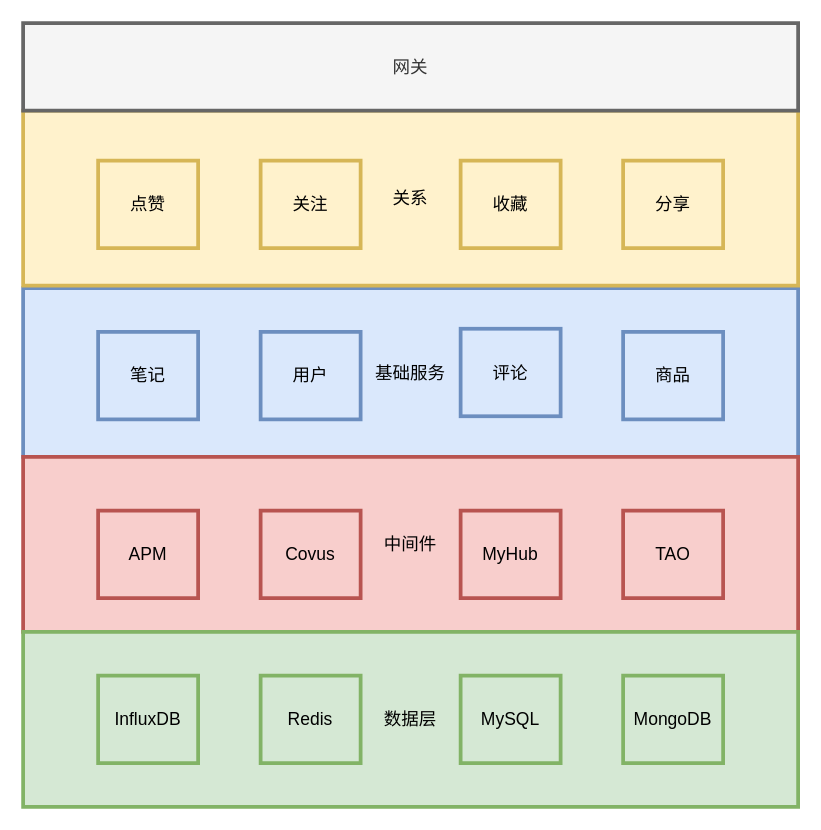
The draw.io diagram comment.drawio in seaHeater/future, before the edit. Source tidied: cells renumbered, new cells numbered last; positions are measured from the earlier drawing's top-left corner, leaving out a move shared by most shapes. Both pictures are drawn from the tidied source at 125%, with x=0, y=0 at pixel (22, 22).
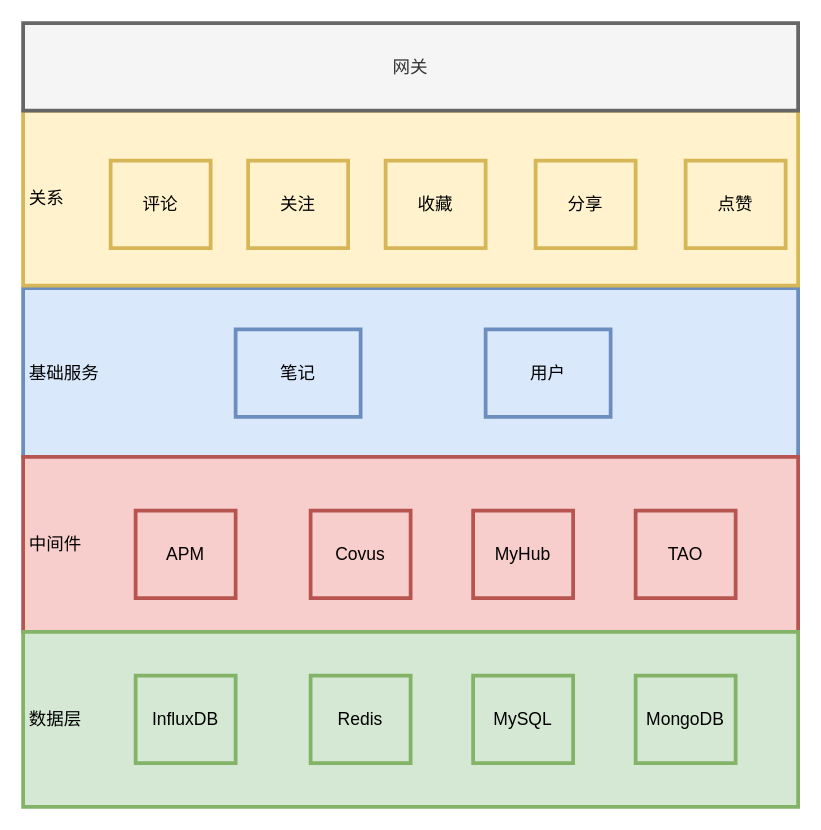
The same page after the edit.

The edit, as a diff of the source:
```diff
@@
-    <mxCell id="2" value="基础服务" style="rounded=0;whiteSpace=wrap;html=1;shadow=0;labelBackgroundColor=none;strokeColor=#6c8ebf;strokeWidth=3;fillColor=#dae8fc;fontFamily=Helvetica;fontSize=14;align=center;spacing=5;fontStyle=0;arcSize=7;perimeterSpacing=2;" parent="1" vertex="1">
+    <mxCell id="2" value="&lt;div align=&quot;left&quot;&gt;基础服务&lt;/div&gt;" style="rounded=0;whiteSpace=wrap;html=1;shadow=0;labelBackgroundColor=none;strokeColor=#6c8ebf;strokeWidth=3;fillColor=#dae8fc;fontFamily=Helvetica;fontSize=14;align=left;spacing=5;fontStyle=0;arcSize=7;perimeterSpacing=2;" parent="1" vertex="1">
       <mxGeometry y="212" width="620" height="135" as="geometry" />
     </mxCell>
-    <mxCell id="3" value="关系" style="rounded=0;whiteSpace=wrap;html=1;shadow=0;labelBackgroundColor=none;strokeColor=#d6b656;strokeWidth=3;fillColor=#fff2cc;fontFamily=Helvetica;fontSize=14;align=center;spacing=5;fontStyle=0;arcSize=7;perimeterSpacing=2;" parent="1" vertex="1">
+    <mxCell id="3" value="&lt;div align=&quot;left&quot;&gt;关系&lt;/div&gt;" style="rounded=0;whiteSpace=wrap;html=1;shadow=0;labelBackgroundColor=none;strokeColor=#d6b656;strokeWidth=3;fillColor=#fff2cc;fontFamily=Helvetica;fontSize=14;align=left;spacing=5;fontStyle=0;arcSize=7;perimeterSpacing=2;" parent="1" vertex="1">
       <mxGeometry y="70" width="620" height="140" as="geometry" />
     </mxCell>
     <mxCell id="4" value="点赞" style="rounded=0;whiteSpace=wrap;html=1;shadow=0;labelBackgroundColor=none;strokeColor=#d6b656;strokeWidth=3;fillColor=#fff2cc;fontFamily=Helvetica;fontSize=14;align=center;spacing=5;fontStyle=0;arcSize=7;perimeterSpacing=2;" parent="1" vertex="1">
-      <mxGeometry x="60" y="110" width="80" height="70" as="geometry" />
+      <mxGeometry x="530" y="110" width="80" height="70" as="geometry" />
     </mxCell>
     <mxCell id="5" value="收藏" style="rounded=0;whiteSpace=wrap;html=1;shadow=0;labelBackgroundColor=none;strokeColor=#d6b656;strokeWidth=3;fillColor=#fff2cc;fontFamily=Helvetica;fontSize=14;align=center;spacing=5;fontStyle=0;arcSize=7;perimeterSpacing=2;" parent="1" vertex="1">
-      <mxGeometry x="350" y="110" width="80" height="70" as="geometry" />
+      <mxGeometry x="290" y="110" width="80" height="70" as="geometry" />
     </mxCell>
     <mxCell id="6" value="分享" style="rounded=0;whiteSpace=wrap;html=1;shadow=0;labelBackgroundColor=none;strokeColor=#d6b656;strokeWidth=3;fillColor=#fff2cc;fontFamily=Helvetica;fontSize=14;align=center;spacing=5;fontStyle=0;arcSize=7;perimeterSpacing=2;" parent="1" vertex="1">
-      <mxGeometry x="480" y="110" width="80" height="70" as="geometry" />
+      <mxGeometry x="410" y="110" width="80" height="70" as="geometry" />
     </mxCell>
     <mxCell id="7" value="关注" style="rounded=0;whiteSpace=wrap;html=1;shadow=0;labelBackgroundColor=none;strokeColor=#d6b656;strokeWidth=3;fillColor=#fff2cc;fontFamily=Helvetica;fontSize=14;align=center;spacing=5;fontStyle=0;arcSize=7;perimeterSpacing=2;" parent="1" vertex="1">
-      <mxGeometry x="190" y="110" width="80" height="70" as="geometry" />
+      <mxGeometry x="180" y="110" width="80" height="70" as="geometry" />
     </mxCell>
     <mxCell id="8" value="笔记" style="rounded=0;whiteSpace=wrap;html=1;shadow=0;labelBackgroundColor=none;strokeColor=#6c8ebf;strokeWidth=3;fillColor=#dae8fc;fontFamily=Helvetica;fontSize=14;align=center;spacing=5;fontStyle=0;arcSize=7;perimeterSpacing=2;" parent="1" vertex="1">
-      <mxGeometry x="60" y="247" width="80" height="70" as="geometry" />
+      <mxGeometry x="170" y="245" width="100" height="70" as="geometry" />
     </mxCell>
-    <mxCell id="9" value="评论" style="rounded=0;whiteSpace=wrap;html=1;shadow=0;labelBackgroundColor=none;strokeColor=#6c8ebf;strokeWidth=3;fillColor=#dae8fc;fontFamily=Helvetica;fontSize=14;align=center;spacing=5;fontStyle=0;arcSize=7;perimeterSpacing=2;" parent="1" vertex="1">
-      <mxGeometry x="350" y="244.5" width="80" height="70" as="geometry" />
+    <mxCell id="9" value="评论" style="rounded=0;whiteSpace=wrap;html=1;shadow=0;labelBackgroundColor=none;strokeColor=#d6b656;strokeWidth=3;fillColor=#fff2cc;fontFamily=Helvetica;fontSize=14;align=center;spacing=5;fontStyle=0;arcSize=7;perimeterSpacing=2;" parent="1" vertex="1">
+      <mxGeometry x="70" y="110" width="80" height="70" as="geometry" />
     </mxCell>
-    <mxCell id="10" value="商品" style="rounded=0;whiteSpace=wrap;html=1;shadow=0;labelBackgroundColor=none;strokeColor=#6c8ebf;strokeWidth=3;fillColor=#dae8fc;fontFamily=Helvetica;fontSize=14;align=center;spacing=5;fontStyle=0;arcSize=7;perimeterSpacing=2;" parent="1" vertex="1">
-      <mxGeometry x="480" y="247" width="80" height="70" as="geometry" />
-    </mxCell>
     <mxCell id="11" value="用户" style="rounded=0;whiteSpace=wrap;html=1;shadow=0;labelBackgroundColor=none;strokeColor=#6c8ebf;strokeWidth=3;fillColor=#dae8fc;fontFamily=Helvetica;fontSize=14;align=center;spacing=5;fontStyle=0;arcSize=7;perimeterSpacing=2;" parent="1" vertex="1">
-      <mxGeometry x="190" y="247" width="80" height="70" as="geometry" />
+      <mxGeometry x="370" y="245" width="100" height="70" as="geometry" />
     </mxCell>
@@
-    <mxCell id="13" value="中间件" style="rounded=0;whiteSpace=wrap;html=1;shadow=0;labelBackgroundColor=none;strokeColor=#b85450;strokeWidth=3;fillColor=#f8cecc;fontFamily=Helvetica;fontSize=14;align=center;spacing=5;fontStyle=0;arcSize=7;perimeterSpacing=2;" parent="1" vertex="1">
+    <mxCell id="13" value="&lt;div align=&quot;left&quot;&gt;中间件&lt;/div&gt;" style="rounded=0;whiteSpace=wrap;html=1;shadow=0;labelBackgroundColor=none;strokeColor=#b85450;strokeWidth=3;fillColor=#f8cecc;fontFamily=Helvetica;fontSize=14;align=left;spacing=5;fontStyle=0;arcSize=7;perimeterSpacing=2;" parent="1" vertex="1">
       <mxGeometry y="347" width="620" height="140" as="geometry" />
     </mxCell>
     <mxCell id="14" value="APM" style="rounded=0;whiteSpace=wrap;html=1;shadow=0;labelBackgroundColor=none;strokeColor=#b85450;strokeWidth=3;fillColor=#f8cecc;fontFamily=Helvetica;fontSize=14;align=center;spacing=5;fontStyle=0;arcSize=7;perimeterSpacing=2;" parent="1" vertex="1">
-      <mxGeometry x="60" y="390" width="80" height="70" as="geometry" />
+      <mxGeometry x="90" y="390" width="80" height="70" as="geometry" />
     </mxCell>
     <mxCell id="15" value="MyHub" style="rounded=0;whiteSpace=wrap;html=1;shadow=0;labelBackgroundColor=none;strokeColor=#b85450;strokeWidth=3;fillColor=#f8cecc;fontFamily=Helvetica;fontSize=14;align=center;spacing=5;fontStyle=0;arcSize=7;perimeterSpacing=2;" parent="1" vertex="1">
-      <mxGeometry x="350" y="390" width="80" height="70" as="geometry" />
+      <mxGeometry x="360" y="390" width="80" height="70" as="geometry" />
     </mxCell>
     <mxCell id="16" value="Covus" style="rounded=0;whiteSpace=wrap;html=1;shadow=0;labelBackgroundColor=none;strokeColor=#b85450;strokeWidth=3;fillColor=#f8cecc;fontFamily=Helvetica;fontSize=14;align=center;spacing=5;fontStyle=0;arcSize=7;perimeterSpacing=2;" parent="1" vertex="1">
-      <mxGeometry x="190" y="390" width="80" height="70" as="geometry" />
+      <mxGeometry x="230" y="390" width="80" height="70" as="geometry" />
     </mxCell>
     <mxCell id="17" value="TAO" style="rounded=0;whiteSpace=wrap;html=1;shadow=0;labelBackgroundColor=none;strokeColor=#b85450;strokeWidth=3;fillColor=#f8cecc;fontFamily=Helvetica;fontSize=14;align=center;spacing=5;fontStyle=0;arcSize=7;perimeterSpacing=2;" parent="1" vertex="1">
-      <mxGeometry x="480" y="390" width="80" height="70" as="geometry" />
+      <mxGeometry x="490" y="390" width="80" height="70" as="geometry" />
     </mxCell>
-    <mxCell id="18" value="数据层" style="rounded=0;whiteSpace=wrap;html=1;shadow=0;labelBackgroundColor=none;strokeColor=#82b366;strokeWidth=3;fillColor=#d5e8d4;fontFamily=Helvetica;fontSize=14;align=center;spacing=5;fontStyle=0;arcSize=7;perimeterSpacing=2;" parent="1" vertex="1">
+    <mxCell id="18" value="&lt;div align=&quot;left&quot;&gt;数据层&lt;/div&gt;" style="rounded=0;whiteSpace=wrap;html=1;shadow=0;labelBackgroundColor=none;strokeColor=#82b366;strokeWidth=3;fillColor=#d5e8d4;fontFamily=Helvetica;fontSize=14;align=left;spacing=5;fontStyle=0;arcSize=7;perimeterSpacing=2;" parent="1" vertex="1">
       <mxGeometry y="487" width="620" height="140" as="geometry" />
     </mxCell>
     <mxCell id="19" value="MySQL" style="rounded=0;whiteSpace=wrap;html=1;shadow=0;labelBackgroundColor=none;strokeColor=#82b366;strokeWidth=3;fillColor=#d5e8d4;fontFamily=Helvetica;fontSize=14;align=center;spacing=5;fontStyle=0;arcSize=7;perimeterSpacing=2;" parent="1" vertex="1">
-      <mxGeometry x="350" y="522" width="80" height="70" as="geometry" />
+      <mxGeometry x="360" y="522" width="80" height="70" as="geometry" />
     </mxCell>
     <mxCell id="20" value="MongoDB" style="rounded=0;whiteSpace=wrap;html=1;shadow=0;labelBackgroundColor=none;strokeColor=#82b366;strokeWidth=3;fillColor=#d5e8d4;fontFamily=Helvetica;fontSize=14;align=center;spacing=5;fontStyle=0;arcSize=7;perimeterSpacing=2;" parent="1" vertex="1">
-      <mxGeometry x="480" y="522" width="80" height="70" as="geometry" />
+      <mxGeometry x="490" y="522" width="80" height="70" as="geometry" />
     </mxCell>
     <mxCell id="21" value="Redis" style="rounded=0;whiteSpace=wrap;html=1;shadow=0;labelBackgroundColor=none;strokeColor=#82b366;strokeWidth=3;fillColor=#d5e8d4;fontFamily=Helvetica;fontSize=14;align=center;spacing=5;fontStyle=0;arcSize=7;perimeterSpacing=2;" parent="1" vertex="1">
-      <mxGeometry x="190" y="522" width="80" height="70" as="geometry" />
+      <mxGeometry x="230" y="522" width="80" height="70" as="geometry" />
     </mxCell>
     <mxCell id="22" value="InfluxDB" style="rounded=0;whiteSpace=wrap;html=1;shadow=0;labelBackgroundColor=none;strokeColor=#82b366;strokeWidth=3;fillColor=#d5e8d4;fontFamily=Helvetica;fontSize=14;align=center;spacing=5;fontStyle=0;arcSize=7;perimeterSpacing=2;" parent="1" vertex="1">
-      <mxGeometry x="60" y="522" width="80" height="70" as="geometry" />
+      <mxGeometry x="90" y="522" width="80" height="70" as="geometry" />
     </mxCell>
```
